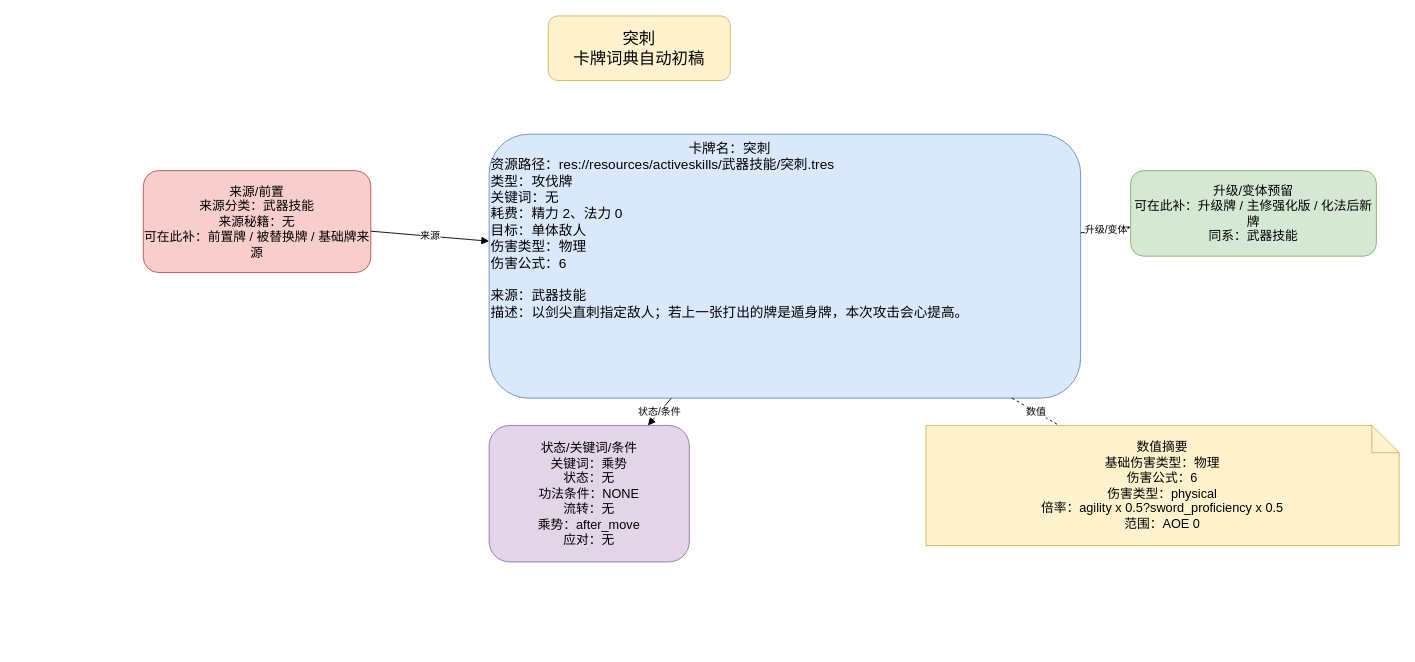
ankundanetracyc-spec/tian-guan-you-du keeps this draw.io diagram as page "突刺" (1 of 2) of docs/卡牌词典/武器技能/突刺.drawio. Above is the earlier version. Source tidied: cells renumbered, new cells numbered last; positions are measured from the earlier drawing's top-left corner, leaving out a move shared by most shapes. Both pictures are drawn from the tidied source at 91%, with x=0, y=0 at pixel (143, 15).
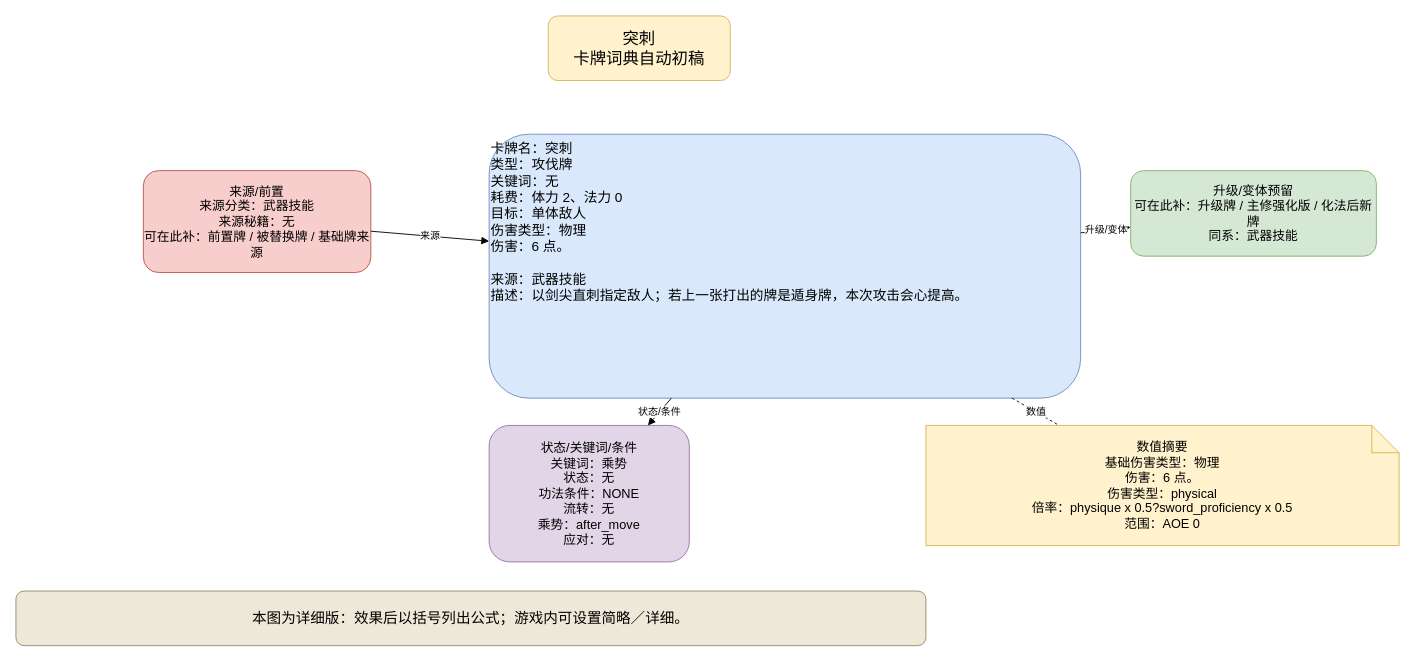
The same page after the edit.

The edit, as a diff of the source:
```diff
@@
 <mxGraphModel>
   <root>
     <mxCell id="0" />
     <mxCell id="1" parent="0" />
     <mxCell id="2" value="突刺&#10;卡牌词典自动初稿" style="rounded=1;whiteSpace=wrap;html=1;fillColor=#fff2cc;strokeColor=#d6b656;fontSize=18;" parent="1" vertex="1">
       <mxGeometry x="445" width="200" height="71" as="geometry" />
     </mxCell>
-    <mxCell id="3" value="&lt;div style=&quot;text-align:center;&quot;&gt;卡牌名：突刺&lt;/div&gt;&lt;div style=&quot;text-align:left;&quot;&gt;资源路径：res://resources/activeskills/武器技能/突刺.tres&lt;br&gt;类型：攻伐牌&lt;br&gt;关键词：无&lt;br&gt;耗费：精力 2、法力 0&lt;br&gt;目标：单体敌人&lt;br&gt;伤害类型：物理&lt;br&gt;伤害公式：6&lt;/div&gt;&lt;br&gt;来源：武器技能&lt;br&gt;描述：以剑尖直刺指定敌人；若上一张打出的牌是遁身牌，本次攻击会心提高。" style="rounded=1;whiteSpace=wrap;html=1;fillColor=#dae8fc;strokeColor=#6c8ebf;fontSize=15;align=left;verticalAlign=top;" parent="1" vertex="1">
+    <mxCell id="3" value="卡牌名：突刺&#10;类型：攻伐牌&#10;关键词：无&#10;耗费：体力 2、法力 0&#10;目标：单体敌人&#10;伤害类型：物理&#10;伤害：6 点。&#10;&#10;来源：武器技能&#10;描述：以剑尖直刺指定敌人；若上一张打出的牌是遁身牌，本次攻击会心提高。" style="rounded=1;whiteSpace=wrap;html=1;fillColor=#dae8fc;strokeColor=#6c8ebf;fontSize=15;align=left;verticalAlign=top;" parent="1" vertex="1">
       <mxGeometry x="380" y="130" width="650" height="290" as="geometry" />
     </mxCell>
     <mxCell id="4" value="来源/前置&#10;来源分类：武器技能&#10;来源秘籍：无&#10;可在此补：前置牌 / 被替换牌 / 基础牌来源" style="rounded=1;whiteSpace=wrap;html=1;fillColor=#f8cecc;strokeColor=#b85450;fontSize=14;" parent="1" vertex="1">
       <mxGeometry y="170" width="250" height="112" as="geometry" />
     </mxCell>
     <mxCell id="5" value="升级/变体预留&#10;可在此补：升级牌 / 主修强化版 / 化法后新牌&#10;同系：武器技能" style="rounded=1;whiteSpace=wrap;html=1;fillColor=#d5e8d4;strokeColor=#82b366;fontSize=14;" parent="1" vertex="1">
       <mxGeometry x="1085" y="170" width="270" height="94" as="geometry" />
     </mxCell>
     <mxCell id="6" value="状态/关键词/条件&#10;关键词：乘势&#10;状态：无&#10;功法条件：NONE&#10;流转：无&#10;乘势：after_move&#10;应对：无" style="rounded=1;whiteSpace=wrap;html=1;fillColor=#e1d5e7;strokeColor=#9673a6;fontSize=14;" parent="1" vertex="1">
       <mxGeometry x="380" y="450" width="220" height="150" as="geometry" />
     </mxCell>
-    <mxCell id="7" value="数值摘要&lt;br&gt;基础伤害类型：物理&lt;br&gt;伤害公式：6&lt;br&gt;伤害类型：physical&lt;br&gt;倍率：agility x 0.5?sword_proficiency x 0.5&lt;br&gt;范围：AOE 0" style="shape=note;whiteSpace=wrap;html=1;fillColor=#fff2cc;strokeColor=#d6b656;fontSize=14;" parent="1" vertex="1">
+    <mxCell id="7" value="数值摘要&lt;br&gt;基础伤害类型：物理&lt;br&gt;伤害：6 点。&lt;br&gt;伤害类型：physical&lt;br&gt;倍率：physique x 0.5?sword_proficiency x 0.5&lt;br&gt;范围：AOE 0" style="shape=note;whiteSpace=wrap;html=1;fillColor=#fff2cc;strokeColor=#d6b656;fontSize=14;" parent="1" vertex="1">
       <mxGeometry x="860" y="450" width="520" height="132" as="geometry" />
     </mxCell>
     <mxCell id="8" value="来源" style="endArrow=block;html=1;rounded=0;" parent="1" edge="1" source="4" target="3">
       <mxGeometry relative="1" as="geometry" />
     </mxCell>
     <mxCell id="9" value="升级/变体" style="endArrow=block;html=1;rounded=0;" parent="1" edge="1" source="3" target="5">
       <mxGeometry relative="1" as="geometry" />
     </mxCell>
     <mxCell id="10" value="状态/条件" style="endArrow=block;html=1;rounded=0;" parent="1" edge="1" source="3" target="6">
       <mxGeometry relative="1" as="geometry" />
     </mxCell>
     <mxCell id="11" value="数值" style="endArrow=none;dashed=1;html=1;" parent="1" edge="1" source="3" target="7">
       <mxGeometry relative="1" as="geometry" />
     </mxCell>
+    <mxCell id="12" value="本图为详细版：效果后以括号列出公式；游戏内可设置简略／详细。" style="rounded=1;whiteSpace=wrap;html=1;fillColor=#eee8d8;strokeColor=#9a8967;fontSize=16;" parent="1" vertex="1">
+      <mxGeometry x="-140" y="632" width="1000" height="60" as="geometry" />
+    </mxCell>
   </root>
 </mxGraphModel>
```
